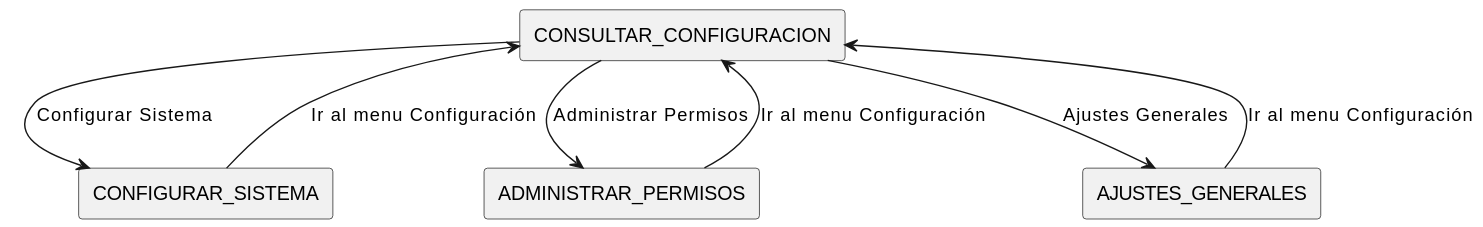
mmasias/24-25-IdSw1-SDR keeps this PlantUML diagram as Documentos/Imagenes/DiagramasContexto/DiagramasDeContextoAdministrador/DiagramaDeContextoConsultarConfiguracionAdministrador.svg. Above is the earlier version. Source of this version:
```plantuml
@startuml
!define RECTANGLE(x) rectangle x

RECTANGLE(CONSULTAR_CONFIGURACION)

RECTANGLE(CONFIGURAR_SISTEMA)
RECTANGLE(ADMINISTRAR_PERMISOS)
RECTANGLE(AJUSTES_GENERALES)

CONSULTAR_CONFIGURACION --> CONFIGURAR_SISTEMA : Configurar Sistema
CONFIGURAR_SISTEMA --> CONSULTAR_CONFIGURACION : Ir al menu Configuración

CONSULTAR_CONFIGURACION --> ADMINISTRAR_PERMISOS : Administrar Permisos
ADMINISTRAR_PERMISOS --> CONSULTAR_CONFIGURACION : Ir al menu Configuración

CONSULTAR_CONFIGURACION --> AJUSTES_GENERALES : Ajustes Generales
AJUSTES_GENERALES --> CONSULTAR_CONFIGURACION : Ir al menu Configuración
@enduml
```
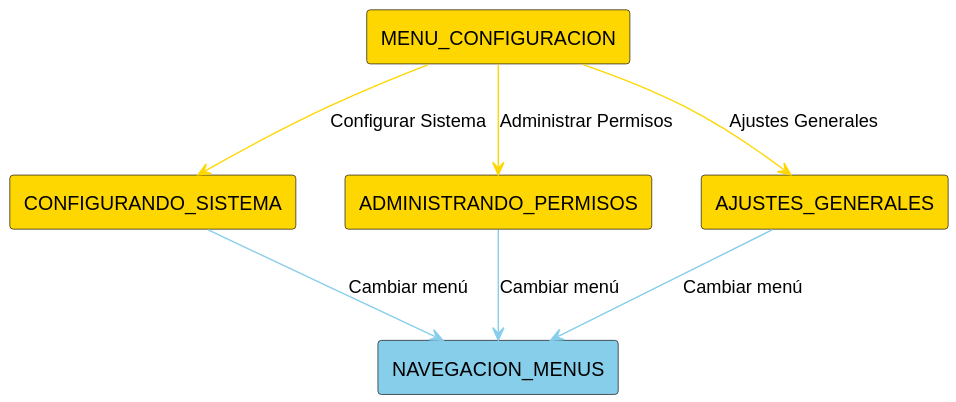
Above is the later version.

The edit, as a diff of the source:
```diff
@@ -1,18 +1,22 @@
 @startuml
 !define RECTANGLE(x) rectangle x
 
-RECTANGLE(CONSULTAR_CONFIGURACION)
+!define COLOR_USUARIOS #LightBlue
 
-RECTANGLE(CONFIGURAR_SISTEMA)
-RECTANGLE(ADMINISTRAR_PERMISOS)
-RECTANGLE(AJUSTES_GENERALES)
+RECTANGLE(MENU_CONFIGURACION) #Gold
+RECTANGLE(NAVEGACION_MENUS) #SkyBlue
 
-CONSULTAR_CONFIGURACION --> CONFIGURAR_SISTEMA : Configurar Sistema
-CONFIGURAR_SISTEMA --> CONSULTAR_CONFIGURACION : Ir al menu Configuración
 
-CONSULTAR_CONFIGURACION --> ADMINISTRAR_PERMISOS : Administrar Permisos
-ADMINISTRAR_PERMISOS --> CONSULTAR_CONFIGURACION : Ir al menu Configuración
+RECTANGLE(CONFIGURANDO_SISTEMA) #Gold
+RECTANGLE(ADMINISTRANDO_PERMISOS) #Gold
+RECTANGLE(AJUSTES_GENERALES) #Gold
 
-CONSULTAR_CONFIGURACION --> AJUSTES_GENERALES : Ajustes Generales
-AJUSTES_GENERALES --> CONSULTAR_CONFIGURACION : Ir al menu Configuración
+MENU_CONFIGURACION -[#Gold]-> CONFIGURANDO_SISTEMA : Configurar Sistema
+CONFIGURANDO_SISTEMA -[#SkyBlue]-> NAVEGACION_MENUS : Cambiar menú
+
+MENU_CONFIGURACION -[#Gold]-> ADMINISTRANDO_PERMISOS : Administrar Permisos
+ADMINISTRANDO_PERMISOS -[#SkyBlue]-> NAVEGACION_MENUS : Cambiar menú
+
+MENU_CONFIGURACION -[#Gold]-> AJUSTES_GENERALES : Ajustes Generales
+AJUSTES_GENERALES -[#SkyBlue]-> NAVEGACION_MENUS : Cambiar menú
 @enduml
```
